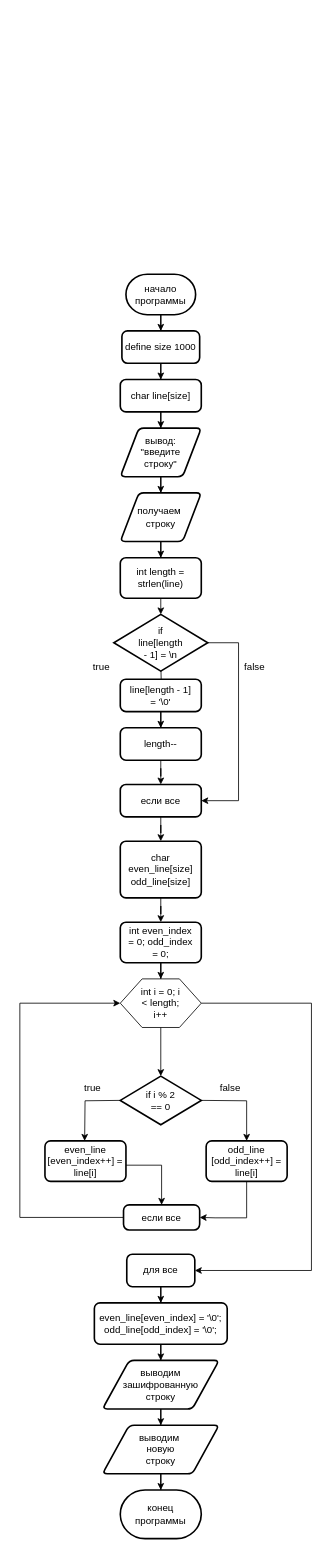
Earlier version of the draw.io diagram 08 - STRINGS/3/3.drawio (DuSommeil/homework). Source tidied: cells renumbered, new cells numbered last; positions are measured from the earlier drawing's top-left corner, leaving out a move shared by most shapes. Both pictures are drawn from the tidied source at 81%, with x=0, y=0 at pixel (19, 274).
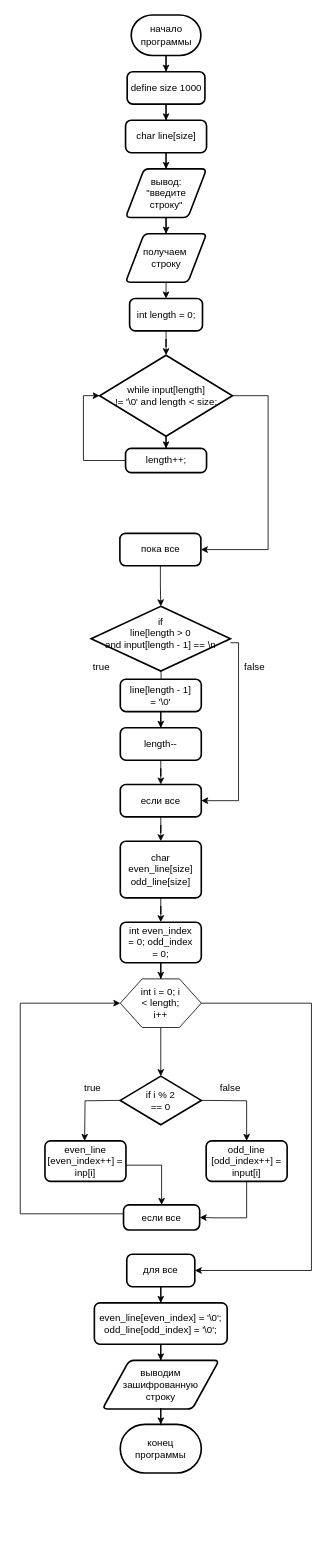
The same page after the edit.

Unchanged cells that the change refers to:
```xml
<mxCell id="27" style="verticalLabelPosition=bottom;verticalAlign=top;html=1;shape=hexagon;perimeter=hexagonPerimeter2;arcSize=6;size=0.27;" parent="1" vertex="1">
  <mxGeometry x="124" y="870" width="100" height="60" as="geometry" />
</mxCell>
<mxCell id="40" value="выводим&lt;div&gt;зашифрованную&lt;/div&gt;&lt;div&gt;строку&lt;/div&gt;" style="shape=parallelogram;html=1;strokeWidth=2;perimeter=parallelogramPerimeter;whiteSpace=wrap;rounded=1;arcSize=12;size=0.23;" parent="1" vertex="1">
  <mxGeometry x="102" y="1341" width="144" height="60" as="geometry" />
</mxCell>
<mxCell id="50" value="если все" style="rounded=1;whiteSpace=wrap;html=1;absoluteArcSize=1;arcSize=14;strokeWidth=2;" parent="1" vertex="1">
  <mxGeometry x="128" y="1149" width="94" height="31" as="geometry" />
</mxCell>
```

What changed in the source:
```diff
@@
     <mxCell id="3" value="начало программы" style="strokeWidth=2;html=1;shape=mxgraph.flowchart.terminator;whiteSpace=wrap;" parent="1" vertex="1">
-      <mxGeometry x="131" width="86" height="50" as="geometry" />
+      <mxGeometry x="137.5" y="-320" width="86" height="50" as="geometry" />
     </mxCell>
@@
     <mxCell id="5" value="define size 1000" style="rounded=1;whiteSpace=wrap;html=1;absoluteArcSize=1;arcSize=14;strokeWidth=2;" parent="1" vertex="1">
-      <mxGeometry x="126" y="70" width="96" height="40" as="geometry" />
+      <mxGeometry x="132.5" y="-250" width="96" height="40" as="geometry" />
     </mxCell>
@@
     <mxCell id="7" value="char line[size]" style="rounded=1;whiteSpace=wrap;html=1;absoluteArcSize=1;arcSize=14;strokeWidth=2;" parent="1" vertex="1">
-      <mxGeometry x="124" y="130" width="100" height="40" as="geometry" />
+      <mxGeometry x="130.5" y="-190" width="100" height="40" as="geometry" />
     </mxCell>
@@
     <mxCell id="9" value="вывод:&lt;br&gt;&quot;введите&lt;div&gt;строку&quot;&lt;/div&gt;" style="shape=parallelogram;html=1;strokeWidth=2;perimeter=parallelogramPerimeter;whiteSpace=wrap;rounded=1;arcSize=12;size=0.23;" parent="1" vertex="1">
-      <mxGeometry x="124" y="190" width="100" height="60" as="geometry" />
+      <mxGeometry x="130.5" y="-130" width="100" height="60" as="geometry" />
     </mxCell>
-    <mxCell id="10" style="edgeStyle=orthogonalEdgeStyle;rounded=0;jettySize=auto;html=1;" parent="1" edge="1" source="11" target="13">
-      <mxGeometry relative="1" as="geometry" />
+    <mxCell id="10" style="edgeStyle=orthogonalEdgeStyle;rounded=0;jettySize=auto;html=1;" parent="1" edge="1" source="11">
+      <mxGeometry relative="1" as="geometry">
+        <mxPoint x="180.5" y="30" as="targetPoint" />
+      </mxGeometry>
     </mxCell>
     <mxCell id="11" value="получаем&amp;nbsp;&lt;div&gt;строку&lt;/div&gt;" style="shape=parallelogram;html=1;strokeWidth=2;perimeter=parallelogramPerimeter;whiteSpace=wrap;rounded=1;arcSize=12;size=0.23;" parent="1" vertex="1">
-      <mxGeometry x="124" y="270" width="100" height="60" as="geometry" />
+      <mxGeometry x="130.5" y="-50" width="100" height="60" as="geometry" />
     </mxCell>
-    <mxCell id="12" style="edgeStyle=orthogonalEdgeStyle;rounded=0;jettySize=auto;html=1;entryX=0.5;entryY=0;entryDx=0;entryDy=0;" parent="1" edge="1" source="13">
-      <mxGeometry relative="1" as="geometry">
-        <mxPoint x="174" y="420" as="targetPoint" />
-      </mxGeometry>
-    </mxCell>
-    <mxCell id="13" value="int length = strlen(line)" style="rounded=1;whiteSpace=wrap;html=1;absoluteArcSize=1;arcSize=14;strokeWidth=2;" parent="1" vertex="1">
-      <mxGeometry x="124" y="350" width="100" height="50" as="geometry" />
-    </mxCell>
@@
     <mxCell id="30" style="edgeStyle=orthogonalEdgeStyle;rounded=0;jettySize=auto;html=1;" parent="1" edge="1" target="34">
       <mxGeometry relative="1" as="geometry">
-        <mxPoint x="224" y="1020" as="sourcePoint" />
+        <mxPoint x="223.9" y="1020" as="sourcePoint" />
       </mxGeometry>
     </mxCell>
@@
-    <mxCell id="32" value="even_line&lt;div&gt;[even_index++] = line[i]&lt;/div&gt;" style="rounded=1;whiteSpace=wrap;html=1;absoluteArcSize=1;arcSize=14;strokeWidth=2;" parent="1" vertex="1">
+    <mxCell id="32" value="even_line&lt;div&gt;[even_index++] = inp[i]&lt;/div&gt;" style="rounded=1;whiteSpace=wrap;html=1;absoluteArcSize=1;arcSize=14;strokeWidth=2;" parent="1" vertex="1">
       <mxGeometry x="31" y="1070" width="100" height="50" as="geometry" />
     </mxCell>
@@
-    <mxCell id="34" value="odd_line&lt;div&gt;[odd_index++] = line[i]&lt;/div&gt;" style="rounded=1;whiteSpace=wrap;html=1;absoluteArcSize=1;arcSize=14;strokeWidth=2;" parent="1" vertex="1">
+    <mxCell id="34" value="odd_line&lt;div&gt;[odd_index++] = input[i]&lt;/div&gt;" style="rounded=1;whiteSpace=wrap;html=1;absoluteArcSize=1;arcSize=14;strokeWidth=2;" parent="1" vertex="1">
       <mxGeometry x="230" y="1070" width="100" height="50" as="geometry" />
     </mxCell>
@@
-    <mxCell id="39" style="edgeStyle=orthogonalEdgeStyle;rounded=0;jettySize=auto;html=1;" parent="1" edge="1" source="40" target="41">
-      <mxGeometry relative="1" as="geometry" />
-    </mxCell>
@@
-    <mxCell id="41" value="выводим&amp;nbsp;&lt;div&gt;новую&lt;/div&gt;&lt;div&gt;строку&lt;/div&gt;" style="shape=parallelogram;html=1;strokeWidth=2;perimeter=parallelogramPerimeter;whiteSpace=wrap;rounded=1;arcSize=12;size=0.23;" parent="1" vertex="1">
-      <mxGeometry x="102" y="1421" width="144" height="60" as="geometry" />
-    </mxCell>
     <mxCell id="42" value="конец&lt;div&gt;программы&lt;/div&gt;" style="strokeWidth=2;html=1;shape=mxgraph.flowchart.terminator;whiteSpace=wrap;" parent="1" vertex="1">
-      <mxGeometry x="124" y="1501" width="100" height="60" as="geometry" />
+      <mxGeometry x="124" y="1420" width="100" height="60" as="geometry" />
     </mxCell>
-    <mxCell id="43" style="edgeStyle=orthogonalEdgeStyle;rounded=0;jettySize=auto;html=1;entryX=0.5;entryY=0;entryDx=0;entryDy=0;entryPerimeter=0;" parent="1" edge="1" source="41" target="42">
-      <mxGeometry relative="1" as="geometry" />
-    </mxCell>
@@
-    <mxCell id="45" value="if&lt;div&gt;line[length&lt;/div&gt;&lt;div&gt;- 1] = \n&lt;/div&gt;" style="strokeWidth=2;html=1;shape=mxgraph.flowchart.decision;whiteSpace=wrap;" parent="1" vertex="1">
-      <mxGeometry x="116" y="420" width="116" height="70" as="geometry" />
+    <mxCell id="45" value="if&lt;div&gt;line[length &amp;gt; 0&lt;/div&gt;&lt;div&gt;and input[length - 1] == \n&lt;/div&gt;&lt;div&gt;&lt;br&gt;&lt;/div&gt;" style="strokeWidth=2;html=1;shape=mxgraph.flowchart.decision;whiteSpace=wrap;" parent="1" vertex="1">
+      <mxGeometry x="88" y="410" width="172" height="80" as="geometry" />
     </mxCell>
@@
     <mxCell id="49" style="edgeStyle=orthogonalEdgeStyle;rounded=0;jettySize=auto;html=1;entryX=0;entryY=0.5;entryDx=0;entryDy=0;" parent="1" edge="1" source="50" target="27">
       <mxGeometry relative="1" as="geometry">
         <Array as="points">
-          <mxPoint y="1165" />
-          <mxPoint y="900" />
+          <mxPoint x="0.5" y="1160" />
+          <mxPoint x="0.5" y="900" />
         </Array>
       </mxGeometry>
     </mxCell>
@@
+    <mxCell id="53" style="edgeStyle=orthogonalEdgeStyle;rounded=0;jettySize=auto;html=1;entryX=0.5;entryY=0;entryDx=0;entryDy=0;entryPerimeter=0;" parent="1" edge="1" source="40" target="42">
+      <mxGeometry relative="1" as="geometry" />
+    </mxCell>
+    <mxCell id="54" value="int length = 0;" style="rounded=1;whiteSpace=wrap;html=1;absoluteArcSize=1;arcSize=14;strokeWidth=2;" parent="1" vertex="1">
+      <mxGeometry x="135.5" y="30" width="90" height="40" as="geometry" />
+    </mxCell>
+    <mxCell id="55" style="edgeStyle=orthogonalEdgeStyle;rounded=0;jettySize=auto;html=1;entryX=0.5;entryY=0;entryDx=0;entryDy=0;" parent="1" edge="1" source="57" target="60">
+      <mxGeometry relative="1" as="geometry" />
+    </mxCell>
+    <mxCell id="56" style="edgeStyle=orthogonalEdgeStyle;rounded=0;jettySize=auto;html=1;" parent="1" edge="1" source="57" target="59">
+      <mxGeometry relative="1" as="geometry">
+        <Array as="points">
+          <mxPoint x="306.5" y="150" />
+          <mxPoint x="306.5" y="340" />
+        </Array>
+      </mxGeometry>
+    </mxCell>
+    <mxCell id="57" value="while input[length]&lt;div&gt;!= '\0' and length &amp;lt; size;&lt;/div&gt;" style="strokeWidth=2;html=1;shape=mxgraph.flowchart.decision;whiteSpace=wrap;" parent="1" vertex="1">
+      <mxGeometry x="98.5" y="100" width="164" height="100" as="geometry" />
+    </mxCell>
+    <mxCell id="58" style="edgeStyle=orthogonalEdgeStyle;rounded=0;jettySize=auto;html=1;entryX=0.5;entryY=0;entryDx=0;entryDy=0;entryPerimeter=0;" parent="1" edge="1" source="54" target="57">
+      <mxGeometry relative="1" as="geometry" />
+    </mxCell>
+    <mxCell id="59" value="пока все" style="rounded=1;whiteSpace=wrap;html=1;absoluteArcSize=1;arcSize=14;strokeWidth=2;" parent="1" vertex="1">
+      <mxGeometry x="123.5" y="320" width="100" height="40" as="geometry" />
+    </mxCell>
+    <mxCell id="60" value="length++;" style="rounded=1;whiteSpace=wrap;html=1;absoluteArcSize=1;arcSize=14;strokeWidth=2;" parent="1" vertex="1">
+      <mxGeometry x="130.5" y="215" width="100" height="30" as="geometry" />
+    </mxCell>
+    <mxCell id="61" style="edgeStyle=orthogonalEdgeStyle;rounded=0;jettySize=auto;html=1;entryX=0.5;entryY=0;entryDx=0;entryDy=0;entryPerimeter=0;" parent="1" edge="1" source="59" target="45">
+      <mxGeometry relative="1" as="geometry" />
+    </mxCell>
+    <mxCell id="62" style="edgeStyle=orthogonalEdgeStyle;rounded=0;jettySize=auto;html=1;entryX=0;entryY=0.5;entryDx=0;entryDy=0;entryPerimeter=0;" parent="1" edge="1" source="60" target="57">
+      <mxGeometry relative="1" as="geometry">
+        <Array as="points">
+          <mxPoint x="78.5" y="230" />
+          <mxPoint x="78.5" y="150" />
+        </Array>
+      </mxGeometry>
+    </mxCell>
```
